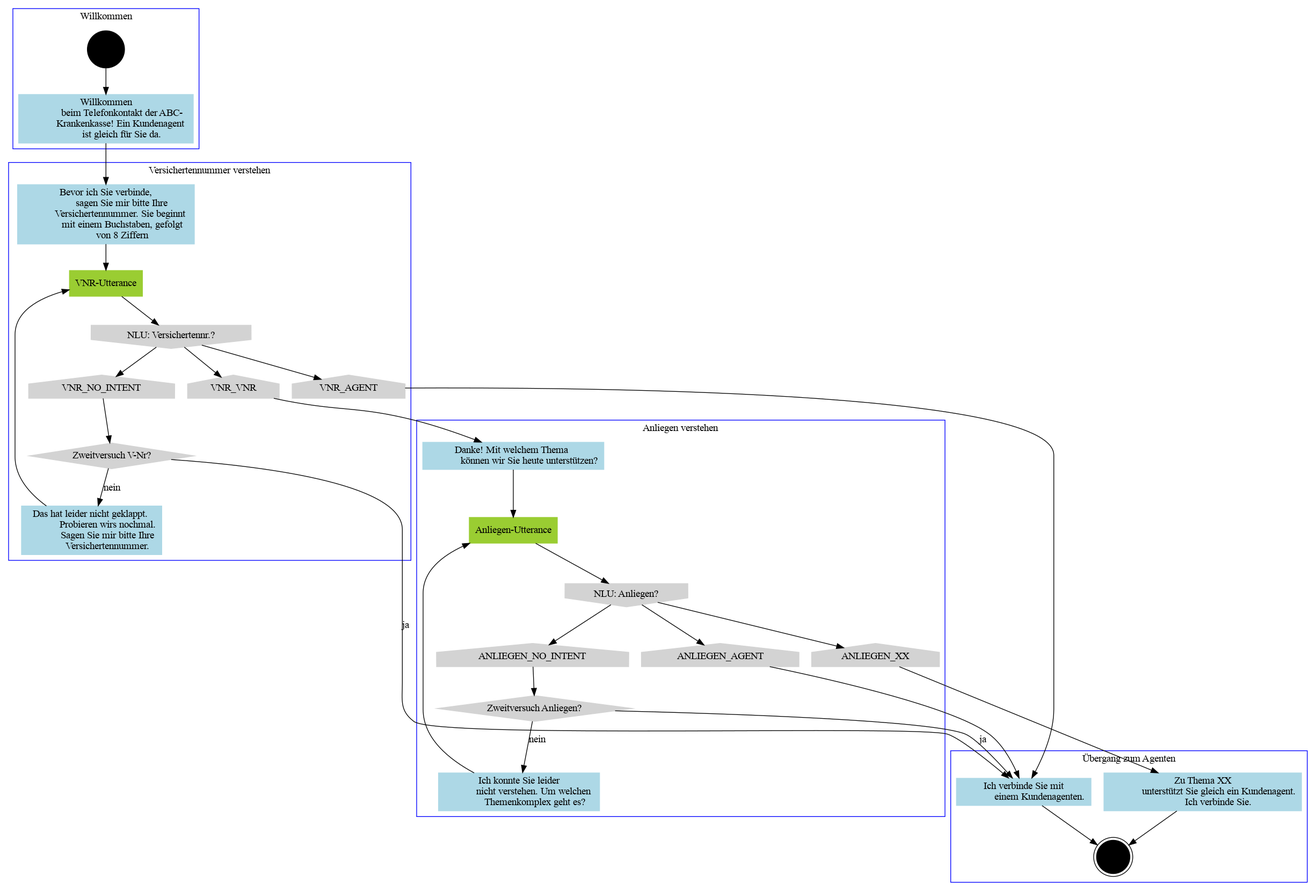
Earlier version of the Graphviz export assets/images/flow.png (BrianInGermany/BrianInGermany.github.io). Its source is kept beside it as assets/flow.dot. Source of this version:
```dot
digraph tel_flow {
    node[style=filled,shape=circle,color=black]
        start[shape=circle,color=black]

    node[style=filled,shape=doublecircle,color=black]
        end[shape=doublecircle,color=black]

    node[style=filled,shape=box,color=lightblue]
        prompt_welcome[label="Willkommen
            beim Telefonkontakt der ABC-
            Krankenkasse! Ein Kundenagent
            ist gleich für Sie da."]
        prompt_vnr[label="Bevor ich Sie verbinde,
            sagen Sie mir bitte Ihre
            Versichertennummer. Sie beginnt
            mit einem Buchstaben, gefolgt
            von 8 Ziffern"]
        prompt_vnr_fail[label="Das hat leider nicht geklappt.
            Probieren wirs nochmal.
            Sagen Sie mir bitte Ihre
            Versichertennummer."]
        prompt_vnr_success[label="Danke! Mit welchem Thema
            können wir Sie heute unterstützen?"]
        prompt_anliegen_success[label="Zu Thema XX
            unterstützt Sie gleich ein Kundenagent.
            Ich verbinde Sie."]
        prompt_connect_agent[label="Ich verbinde Sie mit
            einem Kundenagenten."]
        prompt_nicht_verstanden_anliegen[label="Ich konnte Sie leider
            nicht verstehen. Um welchen
            Themenkomplex geht es?"]

    node[style=filled,shape=box,color=yellowgreen]
        utterance_vnr[label="VNR-Utterance"]
        utterance_anliegen[label="Anliegen-Utterance"]

    node[style=filled,shape=invhouse,color=lightgray]
        nlu_vnr[label="NLU: Versichertennr.?"]
        nlu_anliegen[label="NLU: Anliegen?"]

    node[style=filled,shape=house,color=lightgray]
        intent_vnr_no_intent[label="VNR_NO_INTENT"]
        intent_vnr_agent[label="VNR_AGENT"]
        intent_vnr_vnr[label="VNR_VNR"]
        intent_anliegen_no_intent[label="ANLIEGEN_NO_INTENT"]
        intent_anliegen_agent[label="ANLIEGEN_AGENT"]
        intent_anliegen_xx[label="ANLIEGEN_XX"]

    node[style=filled,shape=diamond,color=lightgray]
        logic_zweitversuch_vnr[label="Zweitversuch V-Nr?"]
        logic_zweitversuch_anliegen[label="Zweitversuch Anliegen?"]


subgraph cluster_welcome {
    label = "Willkommen"
    color = blue
    start -> prompt_welcome

}

subgraph cluster_vnr {
    label = "Versichertennummer verstehen"
    color = blue
    prompt_welcome -> prompt_vnr
    utterance_vnr -> nlu_vnr
    nlu_vnr -> intent_vnr_agent
    nlu_vnr -> intent_vnr_vnr
    nlu_vnr -> intent_vnr_no_intent
    intent_vnr_no_intent -> logic_zweitversuch_vnr
    prompt_vnr -> utterance_vnr
    logic_zweitversuch_vnr -> prompt_vnr_fail [label="nein"]
    prompt_vnr_fail -> utterance_vnr

}


subgraph cluster_anliegen {
    label = "Anliegen verstehen"
    color = blue
    prompt_vnr_success -> utterance_anliegen
    utterance_anliegen -> nlu_anliegen
    nlu_anliegen -> intent_anliegen_xx
    nlu_anliegen -> intent_anliegen_agent
    nlu_anliegen -> intent_anliegen_no_intent
    intent_anliegen_no_intent -> logic_zweitversuch_anliegen
    logic_zweitversuch_anliegen -> prompt_nicht_verstanden_anliegen [label="nein"]
    prompt_nicht_verstanden_anliegen -> utterance_anliegen
    intent_vnr_vnr -> prompt_vnr_success



}
subgraph cluster_to_agent {
    label = "Übergang zum Agenten"
    color = blue
    logic_zweitversuch_vnr -> prompt_connect_agent [label="ja"]
    logic_zweitversuch_anliegen -> prompt_connect_agent [label="ja"]
    intent_vnr_agent -> prompt_connect_agent
    intent_anliegen_agent -> prompt_connect_agent
    intent_anliegen_xx -> prompt_anliegen_success
    prompt_anliegen_success -> end
    prompt_connect_agent -> end


}

}
```
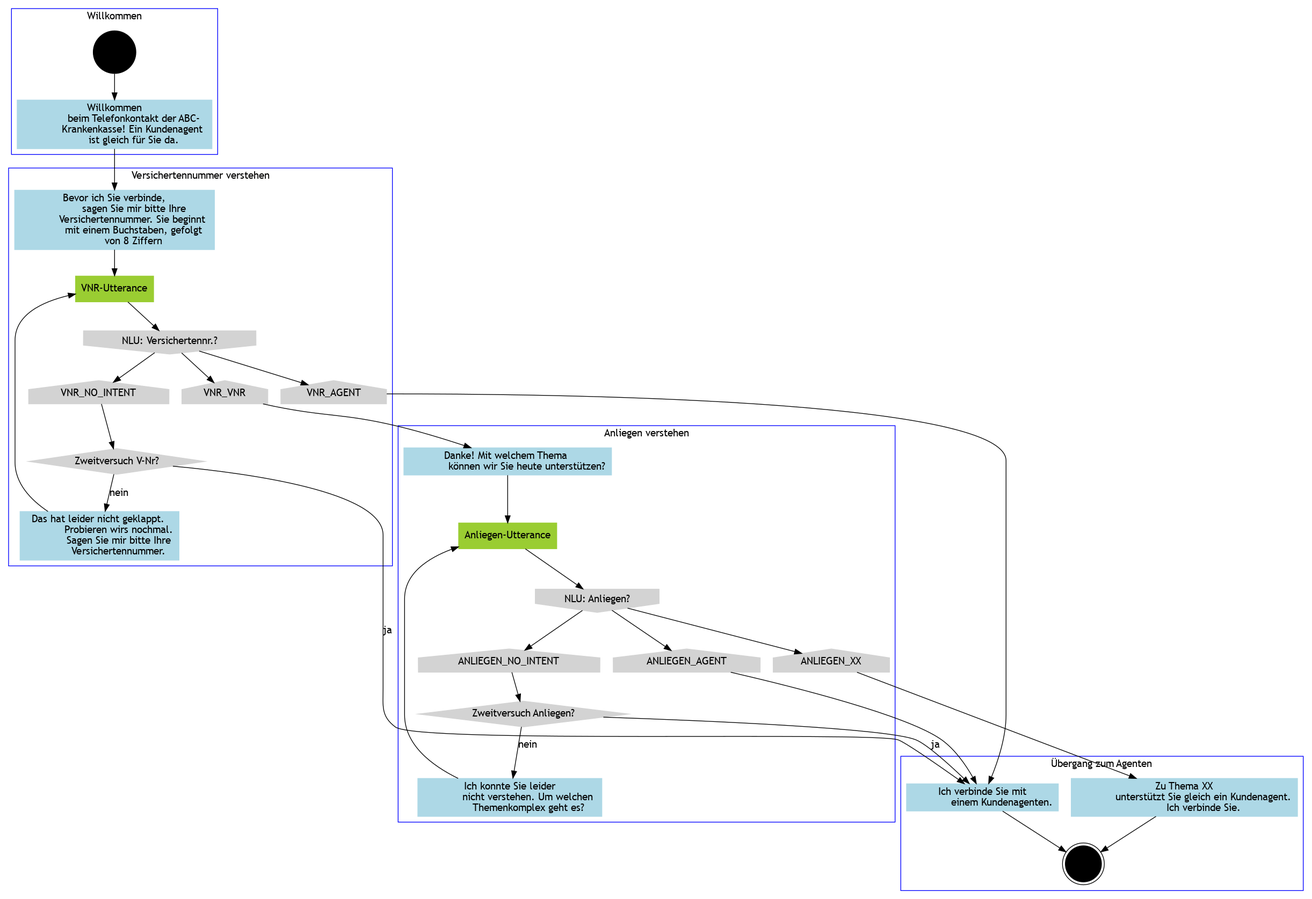
The same file after the commit.

What changed in the source:
```diff
@@ -1,5 +1,6 @@
 digraph tel_flow {
-    node[style=filled,shape=circle,color=black]
+    graph[fontname="Trebuchet MS"]
+    node[style=filled,shape=circle,color=black,fontname="Trebuchet MS"]
         start[shape=circle,color=black]
 
     node[style=filled,shape=doublecircle,color=black]
@@ -68,7 +69,7 @@
     nlu_vnr -> intent_vnr_no_intent
     intent_vnr_no_intent -> logic_zweitversuch_vnr
     prompt_vnr -> utterance_vnr
-    logic_zweitversuch_vnr -> prompt_vnr_fail [label="nein"]
+    logic_zweitversuch_vnr -> prompt_vnr_fail [label="nein",fontname="Trebuchet MS"]
     prompt_vnr_fail -> utterance_vnr
 
 }
@@ -83,7 +84,7 @@
     nlu_anliegen -> intent_anliegen_agent
     nlu_anliegen -> intent_anliegen_no_intent
     intent_anliegen_no_intent -> logic_zweitversuch_anliegen
-    logic_zweitversuch_anliegen -> prompt_nicht_verstanden_anliegen [label="nein"]
+    logic_zweitversuch_anliegen -> prompt_nicht_verstanden_anliegen [label="nein",fontname="Trebuchet MS"]
     prompt_nicht_verstanden_anliegen -> utterance_anliegen
     intent_vnr_vnr -> prompt_vnr_success
 
@@ -93,8 +94,8 @@
 subgraph cluster_to_agent {
     label = "Übergang zum Agenten"
     color = blue
-    logic_zweitversuch_vnr -> prompt_connect_agent [label="ja"]
-    logic_zweitversuch_anliegen -> prompt_connect_agent [label="ja"]
+    logic_zweitversuch_vnr -> prompt_connect_agent [label="ja",fontname="Trebuchet MS"]
+    logic_zweitversuch_anliegen -> prompt_connect_agent [label="ja",fontname="Trebuchet MS"]
     intent_vnr_agent -> prompt_connect_agent
     intent_anliegen_agent -> prompt_connect_agent
     intent_anliegen_xx -> prompt_anliegen_success
```
